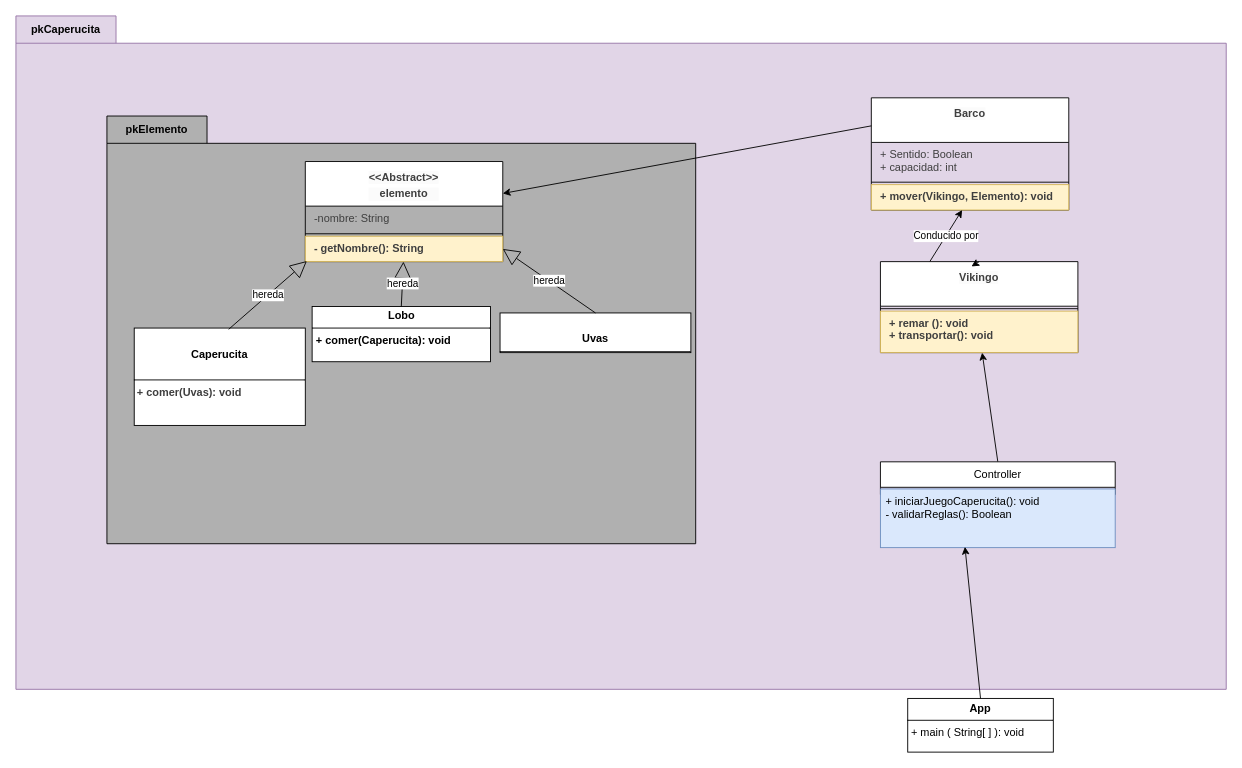
Above: design/ClassDiagram.drawio in sam-moneyec/DeberLobito (draw.io), before the change. Source tidied: cells renumbered, new cells numbered last; positions are measured from the earlier drawing's top-left corner, leaving out a move shared by most shapes. Both pictures are drawn from the tidied source at 91%, with x=0, y=0 at pixel (15, 15).
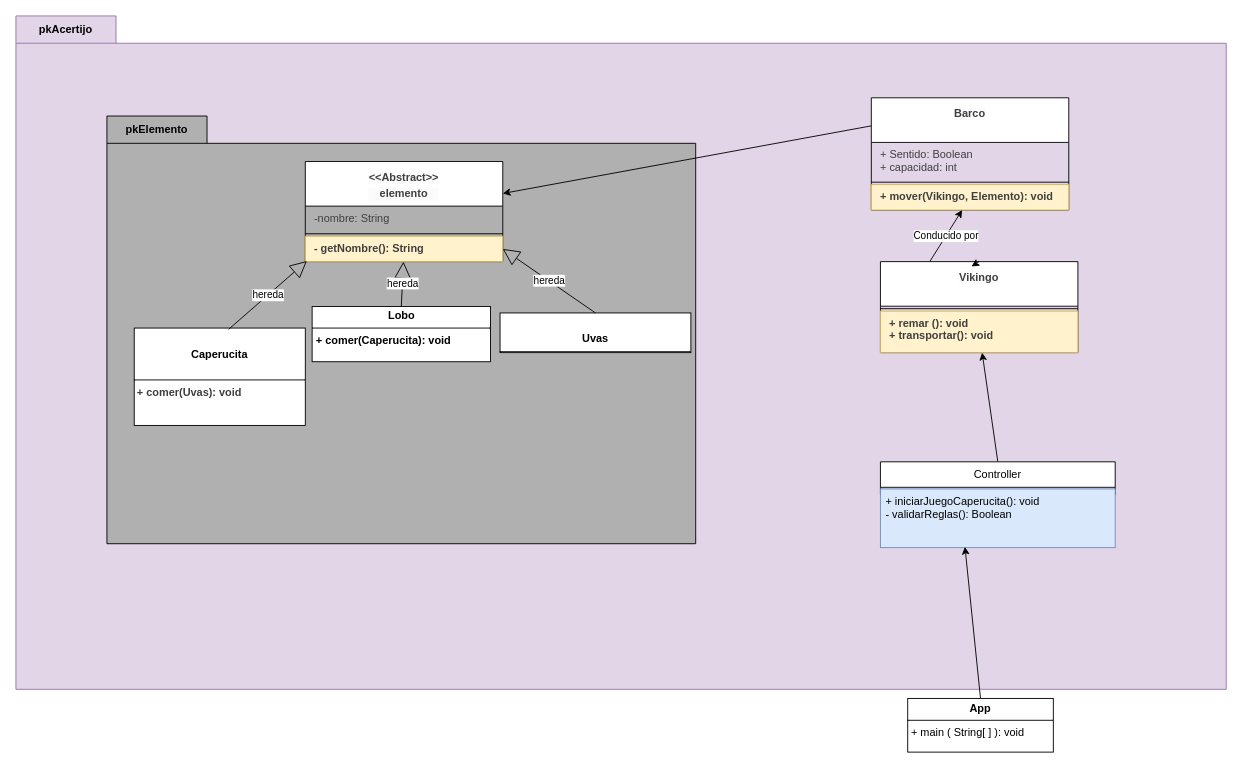
The same diagram, later.

Change to the diagram source:
```diff
@@
-    <mxCell id="2" value="pkCaperucita" style="shape=folder;fontStyle=1;tabWidth=110;tabHeight=30;tabPosition=left;html=1;boundedLbl=1;labelInHeader=1;whiteSpace=wrap;fillColor=#e1d5e7;strokeColor=#9673a6;" parent="1" vertex="1">
+    <mxCell id="2" value="pkAcertijo" style="shape=folder;fontStyle=1;tabWidth=110;tabHeight=30;tabPosition=left;html=1;boundedLbl=1;labelInHeader=1;whiteSpace=wrap;fillColor=#e1d5e7;strokeColor=#9673a6;" parent="1" vertex="1">
       <mxGeometry width="1330" height="740" as="geometry" />
     </mxCell>
```
